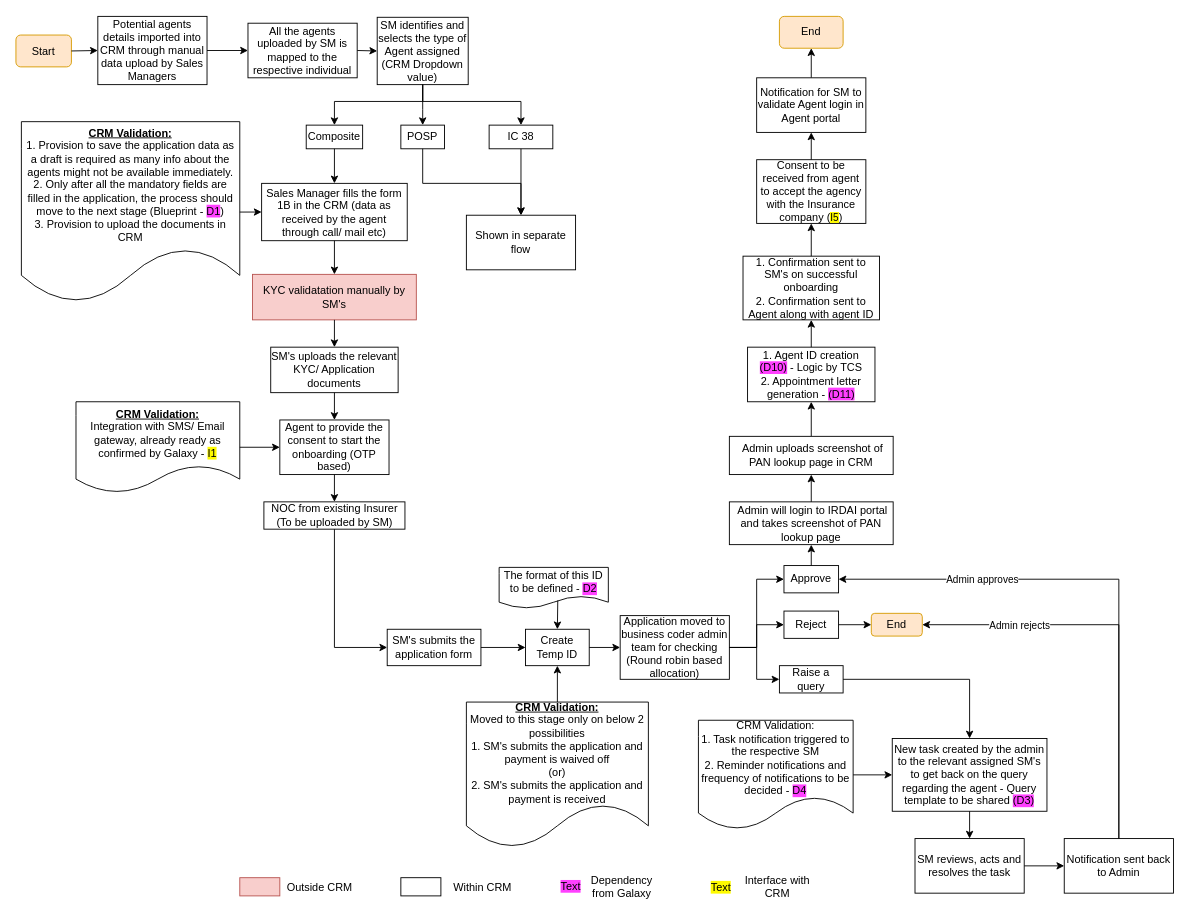
Earlier version of the draw.io diagram Agent Onboarding Composite MVP 1.drawio (shaileshsreedar/Galaxy). Source tidied: cells renumbered, new cells numbered last; positions are measured from the earlier drawing's top-left corner, leaving out a move shared by most shapes. Both pictures are drawn from the tidied source at 91%, with x=0, y=0 at pixel (15, 15).
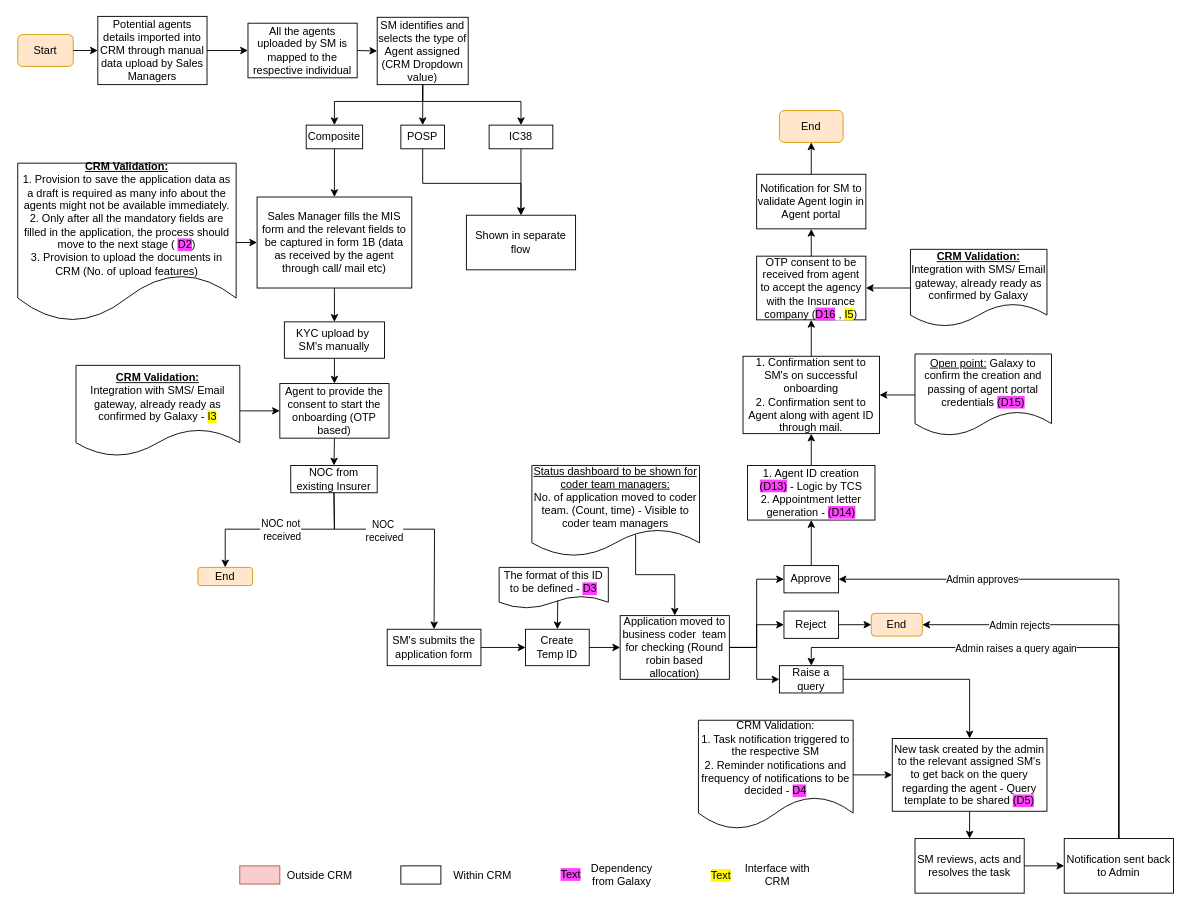
Above is the later version.

The change refers to these unchanged cells:
```xml
<mxCell id="30" value="SM's submits the application form" style="rounded=0;whiteSpace=wrap;html=1;" parent="1" vertex="1">
  <mxGeometry x="408" y="674" width="103" height="40" as="geometry" />
</mxCell>
<mxCell id="35" value="Approve" style="rounded=0;whiteSpace=wrap;html=1;" parent="1" vertex="1">
  <mxGeometry x="844" y="604" width="60" height="30" as="geometry" />
</mxCell>
<mxCell id="37" value="Raise a query" style="rounded=0;whiteSpace=wrap;html=1;" parent="1" vertex="1">
  <mxGeometry x="839" y="714" width="70" height="30" as="geometry" />
</mxCell>
<mxCell id="43" value="Create Temp ID" style="rounded=0;whiteSpace=wrap;html=1;" parent="1" vertex="1">
  <mxGeometry x="560" y="674" width="70" height="40" as="geometry" />
</mxCell>
<mxCell id="53" value="Notification sent back to Admin" style="rounded=0;whiteSpace=wrap;html=1;" parent="1" vertex="1">
  <mxGeometry x="1152" y="904" width="120" height="60" as="geometry" />
</mxCell>
```

Diff of the diagram source:
```diff
@@
     <mxCell id="2" value="Start" style="rounded=1;whiteSpace=wrap;html=1;fillColor=#ffe6cc;strokeColor=#d79b00;" parent="1" vertex="1">
-      <mxGeometry y="21" width="61" height="35" as="geometry" />
+      <mxGeometry x="2" y="20.5" width="61" height="35" as="geometry" />
     </mxCell>
-    <mxCell id="3" value="Sales Manager fills the form 1B in the CRM (data as received by the agent through call/ mail etc)" style="rounded=0;whiteSpace=wrap;html=1;" parent="1" vertex="1">
-      <mxGeometry x="270" y="184" width="160" height="63" as="geometry" />
+    <mxCell id="3" value="Sales Manager fills the MIS form and the relevant fields to be captured in form 1B (data as received by the agent through call/ mail etc)" style="rounded=0;whiteSpace=wrap;html=1;" parent="1" vertex="1">
+      <mxGeometry x="265" y="199" width="170" height="100" as="geometry" />
     </mxCell>
@@
-    <mxCell id="8" value="IC 38" style="rounded=0;whiteSpace=wrap;html=1;" parent="1" vertex="1">
+    <mxCell id="8" value="IC38" style="rounded=0;whiteSpace=wrap;html=1;" parent="1" vertex="1">
       <mxGeometry x="520" y="120" width="70" height="26" as="geometry" />
     </mxCell>
@@
     <mxCell id="13" value="End" style="rounded=1;whiteSpace=wrap;html=1;fillColor=#ffe6cc;strokeColor=#d79b00;" parent="1" vertex="1">
-      <mxGeometry x="839" y="0.5" width="70" height="35" as="geometry" />
+      <mxGeometry x="839" y="104" width="70" height="35" as="geometry" />
     </mxCell>
@@
-    <mxCell id="18" value="KYC validatation manually by SM's" style="rounded=0;whiteSpace=wrap;html=1;fillColor=#f8cecc;strokeColor=#b85450;" parent="1" vertex="1">
-      <mxGeometry x="260" y="284" width="180" height="50" as="geometry" />
-    </mxCell>
-    <mxCell id="19" style="endArrow=classic;html=1;rounded=0;exitX=0.5;exitY=1;exitDx=0;exitDy=0;entryX=0.5;entryY=0;entryDx=0;entryDy=0;" parent="1" edge="1" source="3" target="18">
-      <mxGeometry relative="1" as="geometry" />
-    </mxCell>
-    <mxCell id="20" value="&lt;b&gt;&lt;u&gt;CRM Validation:&lt;/u&gt;&lt;/b&gt;&lt;div&gt;1. Provision to save the application data as a draft is required as many info about the agents might not be available immediately.&lt;/div&gt;&lt;div&gt;2. Only after all the mandatory fields are filled in the application, the process should move to the next stage (Blueprint - &lt;span style=&quot;background-color: rgb(255, 64, 255);&quot;&gt;D1&lt;/span&gt;)&lt;/div&gt;&lt;div&gt;3. Provision to upload the documents in CRM&lt;/div&gt;" style="shape=document;whiteSpace=wrap;html=1;boundedLbl=1;" parent="1" vertex="1">
-      <mxGeometry x="6" y="116.2" width="240" height="198.7" as="geometry" />
+    <mxCell id="20" value="&lt;b&gt;&lt;u&gt;CRM Validation:&lt;/u&gt;&lt;/b&gt;&lt;div&gt;1. Provision to save the application data as a draft is required as many info about the agents might not be available immediately.&lt;/div&gt;&lt;div&gt;2. Only after all the mandatory fields are filled in the application, the process should move to the next stage (&amp;nbsp;&lt;span style=&quot;background-color: rgb(255, 64, 255);&quot;&gt;D2&lt;/span&gt;)&lt;/div&gt;&lt;div&gt;3. Provision to upload the documents in CRM (No. of upload features)&lt;/div&gt;" style="shape=document;whiteSpace=wrap;html=1;boundedLbl=1;" parent="1" vertex="1">
+      <mxGeometry x="2" y="161.8" width="240" height="174.4" as="geometry" />
     </mxCell>
@@
-    <mxCell id="22" value="SM's uploads the relevant KYC/ Application documents" style="rounded=0;whiteSpace=wrap;html=1;" parent="1" vertex="1">
-      <mxGeometry x="280" y="364" width="140" height="50" as="geometry" />
-    </mxCell>
-    <mxCell id="23" style="endArrow=classic;html=1;rounded=0;exitX=0.5;exitY=1;exitDx=0;exitDy=0;entryX=0.5;entryY=0;entryDx=0;entryDy=0;" parent="1" edge="1" source="18" target="22">
+    <mxCell id="23" style="endArrow=classic;html=1;rounded=0;exitX=0.5;exitY=1;exitDx=0;exitDy=0;entryX=0.5;entryY=0;entryDx=0;entryDy=0;" parent="1" edge="1" source="3" target="95">
       <mxGeometry relative="1" as="geometry" />
     </mxCell>
     <mxCell id="24" value="Agent to provide the consent to start the onboarding (OTP based)" style="rounded=0;whiteSpace=wrap;html=1;" parent="1" vertex="1">
-      <mxGeometry x="290" y="444" width="120" height="60" as="geometry" />
+      <mxGeometry x="290" y="404" width="120" height="60" as="geometry" />
     </mxCell>
-    <mxCell id="25" value="&lt;b&gt;&lt;u&gt;CRM Validation:&lt;/u&gt;&lt;/b&gt;&lt;div&gt;Integration with SMS/ Email gateway, already ready as confirmed by Galaxy - &lt;span style=&quot;background-color: rgb(255, 251, 0);&quot;&gt;I1&lt;/span&gt;&lt;/div&gt;" style="shape=document;whiteSpace=wrap;html=1;boundedLbl=1;" parent="1" vertex="1">
-      <mxGeometry x="66" y="424" width="180" height="100" as="geometry" />
+    <mxCell id="25" value="&lt;b&gt;&lt;u&gt;CRM Validation:&lt;/u&gt;&lt;/b&gt;&lt;div&gt;Integration with SMS/ Email gateway, already ready as confirmed by Galaxy - &lt;span style=&quot;background-color: rgb(255, 251, 0);&quot;&gt;I3&lt;/span&gt;&lt;/div&gt;" style="shape=document;whiteSpace=wrap;html=1;boundedLbl=1;" parent="1" vertex="1">
+      <mxGeometry x="66" y="384" width="180" height="100" as="geometry" />
     </mxCell>
@@
-    <mxCell id="27" style="endArrow=classic;html=1;rounded=0;exitX=0.5;exitY=1;exitDx=0;exitDy=0;entryX=0.5;entryY=0;entryDx=0;entryDy=0;" parent="1" edge="1" source="22" target="24">
+    <mxCell id="27" style="endArrow=classic;html=1;rounded=0;exitX=0.5;exitY=1;exitDx=0;exitDy=0;entryX=0.5;entryY=0;entryDx=0;entryDy=0;" parent="1" edge="1" source="95" target="24">
       <mxGeometry relative="1" as="geometry" />
     </mxCell>
-    <mxCell id="28" value="NOC from existing Insurer (To be uploaded by SM)" style="rounded=0;whiteSpace=wrap;html=1;" parent="1" vertex="1">
-      <mxGeometry x="272.5" y="534" width="155" height="30" as="geometry" />
+    <mxCell id="28" value="NOC from existing Insurer" style="rounded=0;whiteSpace=wrap;html=1;" parent="1" vertex="1">
+      <mxGeometry x="302" y="494" width="95" height="30" as="geometry" />
     </mxCell>
@@
+    <mxCell id="84" style="endArrow=classic;html=1;rounded=0;entryX=0.5;entryY=0;entryDx=0;entryDy=0;exitX=0.5;exitY=1;exitDx=0;exitDy=0;" parent="1" edge="1" source="28" target="98">
+      <mxGeometry relative="1" as="geometry">
+        <Array as="points">
+          <mxPoint x="350" y="564" />
+          <mxPoint x="230" y="564" />
+        </Array>
+      </mxGeometry>
+    </mxCell>
+    <mxCell id="85" value="NOC not&lt;div&gt;&amp;nbsp;received&lt;/div&gt;" style="edgeLabel;html=1;align=center;verticalAlign=middle;" parent="84" vertex="1">
+      <mxGeometry x="0.24" y="-1" relative="1" as="geometry">
+        <mxPoint x="25" y="1" as="offset" />
+      </mxGeometry>
+    </mxCell>
@@
+    <mxCell id="80" style="endArrow=classic;html=1;rounded=0;exitX=0.5;exitY=1;exitDx=0;exitDy=0;entryX=0.5;entryY=0;entryDx=0;entryDy=0;" parent="1" edge="1" source="28" target="30">
+      <mxGeometry relative="1" as="geometry">
+        <Array as="points">
+          <mxPoint x="350" y="564" />
+          <mxPoint x="460" y="564" />
+        </Array>
+      </mxGeometry>
+    </mxCell>
+    <mxCell id="86" value="NOC&amp;nbsp;&lt;div&gt;received&lt;/div&gt;" style="edgeLabel;html=1;align=center;verticalAlign=middle;" parent="80" vertex="1">
+      <mxGeometry x="-0.01" y="-1" relative="1" as="geometry">
+        <mxPoint x="-34" as="offset" />
+      </mxGeometry>
+    </mxCell>
-    <mxCell id="31" value="Application moved to business coder admin team for checking (Round robin based allocation)" style="rounded=0;whiteSpace=wrap;html=1;" parent="1" vertex="1">
+    <mxCell id="31" value="Application moved to business coder &amp;nbsp;team for checking (Round robin based allocation)" style="rounded=0;whiteSpace=wrap;html=1;" parent="1" vertex="1">
       <mxGeometry x="664" y="659" width="120" height="70" as="geometry" />
     </mxCell>
-    <mxCell id="32" value="&lt;u&gt;&lt;b&gt;CRM Validation:&lt;/b&gt;&lt;/u&gt;&lt;div&gt;Moved to this stage only on below 2 possibilities&lt;/div&gt;&lt;div&gt;1. SM's submits the application and payment is waived off&lt;/div&gt;&lt;div&gt;(or)&lt;/div&gt;&lt;div&gt;2. SM's submits the application and payment is received&lt;/div&gt;" style="shape=document;whiteSpace=wrap;html=1;boundedLbl=1;" parent="1" vertex="1">
-      <mxGeometry x="495" y="754" width="200" height="160" as="geometry" />
-    </mxCell>
-    <mxCell id="33" style="endArrow=classic;html=1;rounded=0;exitX=0.5;exitY=0;exitDx=0;exitDy=0;entryX=0.5;entryY=1;entryDx=0;entryDy=0;" parent="1" edge="1" source="32" target="43">
-      <mxGeometry relative="1" as="geometry" />
-    </mxCell>
@@
-    <mxCell id="45" value="The format of this ID to be defined - &lt;span style=&quot;background-color: rgb(255, 64, 255);&quot;&gt;D2&lt;/span&gt;" style="shape=document;whiteSpace=wrap;html=1;boundedLbl=1;" parent="1" vertex="1">
+    <mxCell id="45" value="The format of this ID to be defined - &lt;span style=&quot;background-color: rgb(255, 64, 255);&quot;&gt;D3&lt;/span&gt;" style="shape=document;whiteSpace=wrap;html=1;boundedLbl=1;" parent="1" vertex="1">
       <mxGeometry x="531" y="606" width="120" height="45" as="geometry" />
     </mxCell>
@@
-    <mxCell id="47" value="New task created by the admin to the relevant assigned SM's to get back on the query regarding the agent - Query template to be shared &lt;span style=&quot;background-color: rgb(255, 64, 255);&quot;&gt;(D3)&lt;/span&gt;" style="rounded=0;whiteSpace=wrap;html=1;" parent="1" vertex="1">
+    <mxCell id="47" value="New task created by the admin to the relevant assigned SM's to get back on the query regarding the agent - Query template to be shared &lt;span style=&quot;background-color: rgb(255, 64, 255);&quot;&gt;(D5)&lt;/span&gt;" style="rounded=0;whiteSpace=wrap;html=1;" parent="1" vertex="1">
       <mxGeometry x="963" y="794" width="170" height="80" as="geometry" />
     </mxCell>
@@
-    <mxCell id="59" style="endArrow=classic;html=1;rounded=0;entryX=0.5;entryY=1;entryDx=0;entryDy=0;exitX=0.5;exitY=0;exitDx=0;exitDy=0;" parent="1" edge="1" source="35" target="60">
-      <mxGeometry relative="1" as="geometry" />
-    </mxCell>
-    <mxCell id="60" value="&amp;nbsp;Admin will login to IRDAI portal and takes screenshot of PAN lookup page" style="rounded=0;whiteSpace=wrap;html=1;" parent="1" vertex="1">
-      <mxGeometry x="784" y="534" width="180" height="47" as="geometry" />
-    </mxCell>
-    <mxCell id="61" value="1. Agent ID creation &lt;span style=&quot;background-color: rgb(255, 64, 255);&quot;&gt;(D10)&lt;/span&gt; - Logic by TCS&lt;div&gt;2. Appointment letter generation - &lt;span style=&quot;background-color: rgb(255, 64, 255);&quot;&gt;(D11)&lt;/span&gt;&lt;/div&gt;" style="rounded=0;whiteSpace=wrap;html=1;" parent="1" vertex="1">
-      <mxGeometry x="804" y="364" width="140" height="60" as="geometry" />
+    <mxCell id="61" value="1. Agent ID creation &lt;span style=&quot;background-color: rgb(255, 64, 255);&quot;&gt;(D13)&lt;/span&gt; - Logic by TCS&lt;div&gt;2. Appointment letter generation - &lt;span style=&quot;background-color: rgb(255, 64, 255);&quot;&gt;(D14)&lt;/span&gt;&lt;/div&gt;" style="rounded=0;whiteSpace=wrap;html=1;" parent="1" vertex="1">
+      <mxGeometry x="804" y="494" width="140" height="60" as="geometry" />
     </mxCell>
-    <mxCell id="62" style="endArrow=classic;html=1;rounded=0;entryX=0.5;entryY=1;entryDx=0;entryDy=0;exitX=0.5;exitY=0;exitDx=0;exitDy=0;" parent="1" edge="1" source="81" target="61">
-      <mxGeometry relative="1" as="geometry" />
-    </mxCell>
-    <mxCell id="63" value="1. Confirmation sent to SM's on successful onboarding&lt;div&gt;2. Confirmation sent to Agent along with agent ID&lt;/div&gt;" style="rounded=0;whiteSpace=wrap;html=1;" parent="1" vertex="1">
-      <mxGeometry x="799" y="264" width="150" height="70" as="geometry" />
+    <mxCell id="63" value="1. Confirmation sent to SM's on successful onboarding&lt;div&gt;2. Confirmation sent to Agent along with agent ID through mail.&lt;/div&gt;" style="rounded=0;whiteSpace=wrap;html=1;" parent="1" vertex="1">
+      <mxGeometry x="799" y="374" width="150" height="85" as="geometry" />
     </mxCell>
     <mxCell id="64" value="Notification for SM to validate Agent login in Agent portal" style="rounded=0;whiteSpace=wrap;html=1;" parent="1" vertex="1">
-      <mxGeometry x="814" y="68" width="120" height="60" as="geometry" />
+      <mxGeometry x="814" y="174" width="120" height="60" as="geometry" />
     </mxCell>
@@
-    <mxCell id="70" value="Consent to be received from agent to accept the agency with the Insurance company (&lt;span style=&quot;font-size: 11px; text-wrap: nowrap; background-color: rgb(255, 251, 0);&quot;&gt;I5&lt;/span&gt;)" style="rounded=0;whiteSpace=wrap;html=1;" parent="1" vertex="1">
-      <mxGeometry x="814" y="158" width="120" height="70" as="geometry" />
+    <mxCell id="70" value="OTP consent to be received from agent to accept the agency with the Insurance company (&lt;span style=&quot;background-color: rgb(255, 64, 255);&quot;&gt;D16&lt;/span&gt;&lt;span style=&quot;background-color: rgb(255, 255, 255);&quot;&gt;&amp;nbsp;, &lt;/span&gt;&lt;span style=&quot;background-color: rgb(255, 251, 0);&quot;&gt;I5&lt;/span&gt;)" style="rounded=0;whiteSpace=wrap;html=1;" parent="1" vertex="1">
+      <mxGeometry x="814" y="264" width="120" height="70" as="geometry" />
     </mxCell>
@@
-    <mxCell id="72" style="rounded=0;whiteSpace=wrap;html=1;fillColor=#f8cecc;strokeColor=#b85450;" parent="1" vertex="1">
-      <mxGeometry x="246" y="947" width="44" height="20" as="geometry" />
-    </mxCell>
+    <mxCell id="87" style="rounded=0;whiteSpace=wrap;html=1;fillColor=#f8cecc;strokeColor=#b85450;" parent="1" vertex="1">
+      <mxGeometry x="246" y="934" width="44" height="20" as="geometry" />
+    </mxCell>
     <mxCell id="73" value="Outside CRM" style="text;html=1;align=center;verticalAlign=middle;whiteSpace=wrap;rounded=0;" parent="1" vertex="1">
-      <mxGeometry x="293" y="943" width="82" height="30" as="geometry" />
+      <mxGeometry x="293" y="930" width="82" height="30" as="geometry" />
     </mxCell>
-    <mxCell id="74" style="rounded=0;whiteSpace=wrap;html=1;" parent="1" vertex="1">
-      <mxGeometry x="423" y="947" width="44" height="20" as="geometry" />
-    </mxCell>
+    <mxCell id="88" style="rounded=0;whiteSpace=wrap;html=1;" parent="1" vertex="1">
+      <mxGeometry x="423" y="934" width="44" height="20" as="geometry" />
+    </mxCell>
     <mxCell id="75" value="Within CRM" style="text;html=1;align=center;verticalAlign=middle;whiteSpace=wrap;rounded=0;" parent="1" vertex="1">
-      <mxGeometry x="472" y="943" width="82" height="30" as="geometry" />
+      <mxGeometry x="472" y="930" width="82" height="30" as="geometry" />
     </mxCell>
     <mxCell id="76" value="&lt;span style=&quot;background-color: rgb(255, 64, 255);&quot;&gt;Text&lt;/span&gt;" style="text;html=1;align=center;verticalAlign=middle;whiteSpace=wrap;rounded=0;" parent="1" vertex="1">
-      <mxGeometry x="580" y="942" width="60" height="30" as="geometry" />
+      <mxGeometry x="580" y="929" width="60" height="30" as="geometry" />
     </mxCell>
     <mxCell id="77" value="Dependency from Galaxy" style="text;html=1;align=center;verticalAlign=middle;whiteSpace=wrap;rounded=0;" parent="1" vertex="1">
-      <mxGeometry x="625" y="942" width="82" height="30" as="geometry" />
+      <mxGeometry x="625" y="929" width="82" height="30" as="geometry" />
     </mxCell>
     <mxCell id="78" value="&lt;span style=&quot;background-color: rgb(255, 251, 0);&quot;&gt;Text&lt;/span&gt;" style="text;html=1;align=center;verticalAlign=middle;whiteSpace=wrap;rounded=0;" parent="1" vertex="1">
-      <mxGeometry x="745" y="943" width="60" height="30" as="geometry" />
+      <mxGeometry x="745" y="930" width="60" height="30" as="geometry" />
     </mxCell>
     <mxCell id="79" value="Interface with CRM" style="text;html=1;align=center;verticalAlign=middle;whiteSpace=wrap;rounded=0;" parent="1" vertex="1">
-      <mxGeometry x="796" y="942" width="82" height="30" as="geometry" />
+      <mxGeometry x="796" y="929" width="82" height="30" as="geometry" />
     </mxCell>
-    <mxCell id="80" style="endArrow=classic;html=1;rounded=0;exitX=0.5;exitY=1;exitDx=0;exitDy=0;entryX=0;entryY=0.5;entryDx=0;entryDy=0;" parent="1" edge="1" source="28" target="30">
-      <mxGeometry relative="1" as="geometry">
-        <Array as="points">
-          <mxPoint x="350" y="694" />
-        </Array>
-      </mxGeometry>
-    </mxCell>
-    <mxCell id="81" value="&amp;nbsp;Admin uploads screenshot of PAN lookup page in CRM" style="rounded=0;whiteSpace=wrap;html=1;" parent="1" vertex="1">
-      <mxGeometry x="784" y="462" width="180" height="42" as="geometry" />
-    </mxCell>
-    <mxCell id="82" style="endArrow=classic;html=1;rounded=0;exitX=0.5;exitY=0;exitDx=0;exitDy=0;entryX=0.5;entryY=1;entryDx=0;entryDy=0;" parent="1" edge="1" source="60" target="81">
-      <mxGeometry relative="1" as="geometry" />
-    </mxCell>
+    <mxCell id="89" value="&lt;u&gt;Status dashboard to be shown for coder team managers:&lt;/u&gt;&lt;div&gt;No. of application moved to coder team. (Count, time) - Visible to coder team managers&lt;/div&gt;" style="shape=document;whiteSpace=wrap;html=1;boundedLbl=1;" parent="1" vertex="1">
+      <mxGeometry x="567" y="494" width="184.2" height="100" as="geometry" />
+    </mxCell>
+    <mxCell id="90" style="endArrow=classic;html=1;rounded=0;entryX=0.5;entryY=0;entryDx=0;entryDy=0;exitX=0.619;exitY=0.76;exitDx=0;exitDy=0;exitPerimeter=0;" parent="1" edge="1" source="89" target="31">
+      <mxGeometry relative="1" as="geometry">
+        <Array as="points">
+          <mxPoint x="681" y="614" />
+          <mxPoint x="724" y="614" />
+        </Array>
+      </mxGeometry>
+    </mxCell>
+    <mxCell id="91" style="endArrow=classic;html=1;rounded=0;exitX=0.5;exitY=0;exitDx=0;exitDy=0;entryX=0.5;entryY=0;entryDx=0;entryDy=0;" parent="1" edge="1" source="53" target="37">
+      <mxGeometry relative="1" as="geometry">
+        <Array as="points">
+          <mxPoint x="1212" y="694" />
+          <mxPoint x="874" y="694" />
+        </Array>
+      </mxGeometry>
+    </mxCell>
+    <mxCell id="92" value="Admin raises a query again" style="edgeLabel;html=1;align=center;verticalAlign=middle;" parent="91" vertex="1">
+      <mxGeometry x="0.14" y="1" relative="1" as="geometry" />
+    </mxCell>
+    <mxCell id="93" style="endArrow=classic;html=1;rounded=0;exitX=0;exitY=0.5;exitDx=0;exitDy=0;entryX=1;entryY=0.5;entryDx=0;entryDy=0;" parent="1" edge="1" source="94" target="63">
+      <mxGeometry relative="1" as="geometry" />
+    </mxCell>
+    <mxCell id="94" value="&lt;u style=&quot;background-color: rgb(255, 255, 255);&quot;&gt;Open point:&lt;/u&gt;&amp;nbsp;Galaxy to confirm the creation and passing of agent portal credentials&amp;nbsp;&lt;span style=&quot;background-color: rgb(255, 64, 255);&quot;&gt;(D15)&lt;/span&gt;" style="shape=document;whiteSpace=wrap;html=1;boundedLbl=1;" parent="1" vertex="1">
+      <mxGeometry x="988" y="371.5" width="150" height="90" as="geometry" />
+    </mxCell>
+    <mxCell id="95" value="KYC upload by&amp;nbsp;&lt;div&gt;SM's manually&lt;/div&gt;" style="rounded=0;whiteSpace=wrap;html=1;" parent="1" vertex="1">
+      <mxGeometry x="295" y="336.2" width="110" height="40" as="geometry" />
+    </mxCell>
+    <mxCell id="96" style="endArrow=classic;html=1;rounded=0;entryX=0.5;entryY=1;entryDx=0;entryDy=0;exitX=0.5;exitY=0;exitDx=0;exitDy=0;" parent="1" edge="1" source="35" target="61">
+      <mxGeometry relative="1" as="geometry" />
+    </mxCell>
+    <mxCell id="97" value="&lt;b&gt;&lt;u&gt;CRM Validation:&lt;/u&gt;&lt;/b&gt;&lt;div&gt;Integration with SMS/ Email gateway, already ready as confirmed by Galaxy&lt;/div&gt;" style="shape=document;whiteSpace=wrap;html=1;boundedLbl=1;" parent="1" vertex="1">
+      <mxGeometry x="983" y="256.5" width="150" height="85" as="geometry" />
+    </mxCell>
+    <mxCell id="98" value="End" style="rounded=1;whiteSpace=wrap;html=1;fillColor=#ffe6cc;strokeColor=#d79b00;" parent="1" vertex="1">
+      <mxGeometry x="200" y="606" width="60" height="20" as="geometry" />
+    </mxCell>
+    <mxCell id="99" style="endArrow=classic;html=1;rounded=0;exitX=0;exitY=0.5;exitDx=0;exitDy=0;entryX=1;entryY=0.5;entryDx=0;entryDy=0;" parent="1" edge="1" source="97" target="70">
+      <mxGeometry relative="1" as="geometry" />
+    </mxCell>
```
